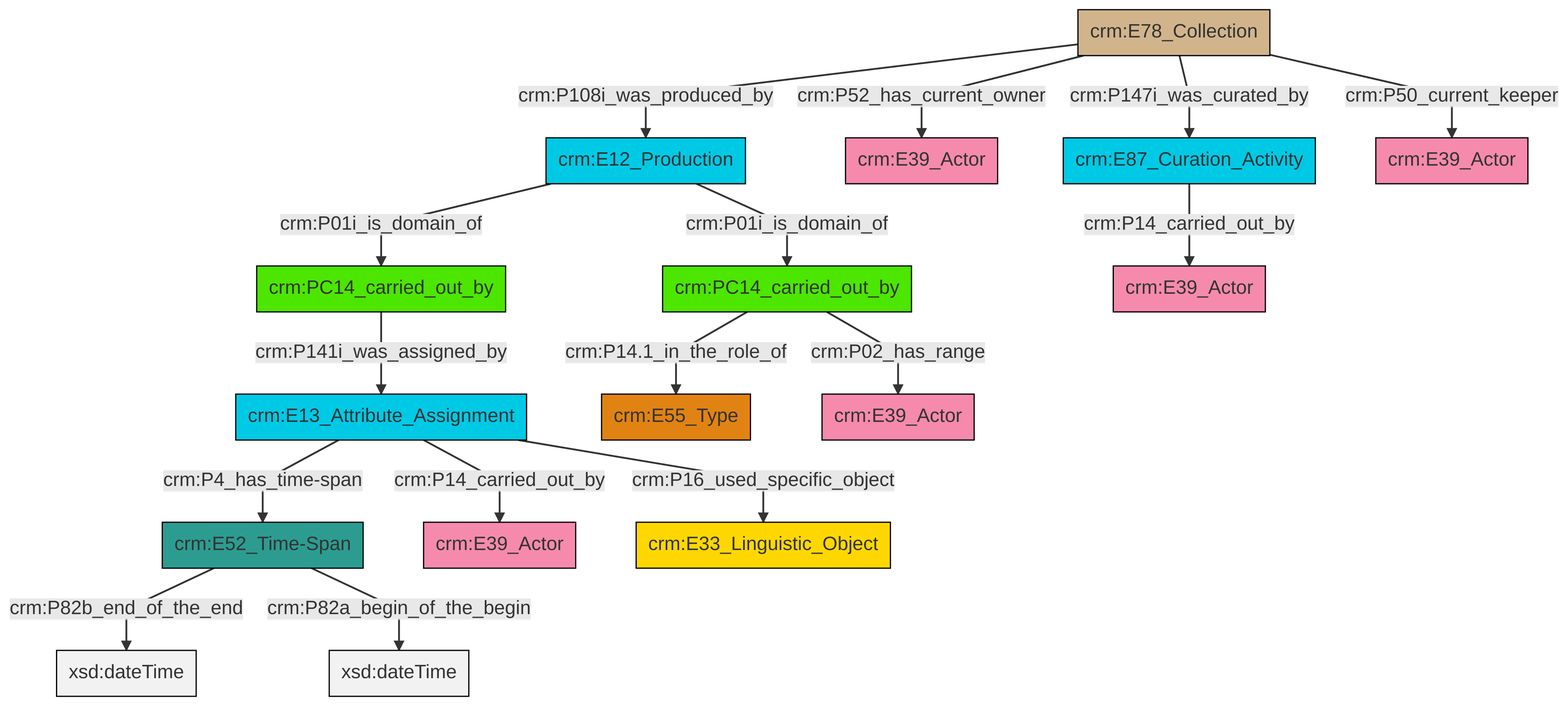
Earlier version of the Mermaid export et/archivalCSV/ttl/mmd/png/archival_relation.png (swiss-art-research-net/docs.swissartresearch). Its source is kept beside it as et/archivalCSV/ttl/mmd/archival_relation.ttl.mmd.
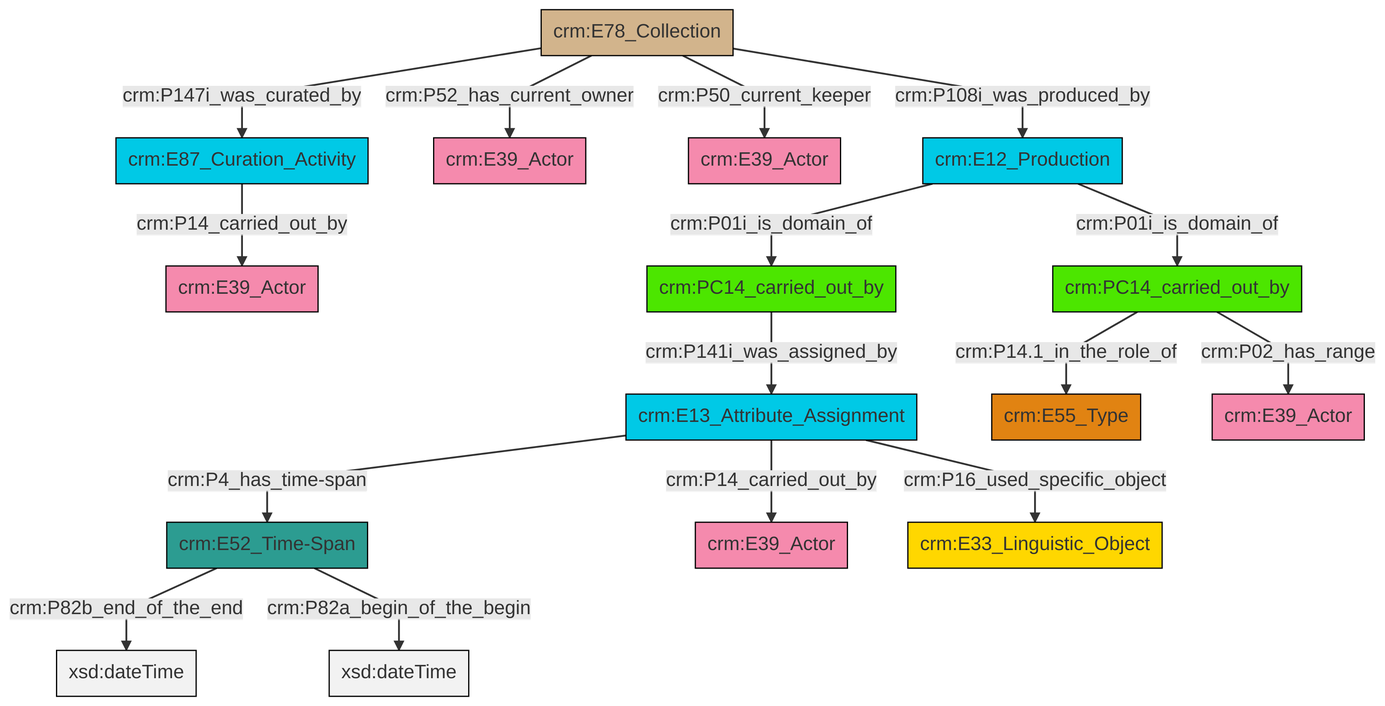
Later version of the same file.

Diff of the diagram source:
```diff
@@ -13,18 +13,18 @@
 classDef PC_Classes fill:#4ce600, stroke:#000000;
 classDef Multi fill:#cccccc,stroke:#000000;
 
-2["crm:PC14_carried_out_by"]:::PC_Classes -->|crm:P141i_was_assigned_by| 3["crm:E13_Attribute_Assignment"]:::Temporal_Entity
-4["crm:E87_Curation_Activity"]:::Temporal_Entity -->|crm:P14_carried_out_by| 5["crm:E39_Actor"]:::Actor
-6["crm:E52_Time-Span"]:::Time-Span -->|crm:P82b_end_of_the_end| 7[xsd:dateTime]:::Literal
-0["crm:PC14_carried_out_by"]:::PC_Classes -->|crm:P14.1_in_the_role_of| 10["crm:E55_Type"]:::Type
-3["crm:E13_Attribute_Assignment"]:::Temporal_Entity -->|crm:P14_carried_out_by| 11["crm:E39_Actor"]:::Actor
-16["crm:E12_Production"]:::Temporal_Entity -->|crm:P01i_is_domain_of| 0["crm:PC14_carried_out_by"]:::PC_Classes
-0["crm:PC14_carried_out_by"]:::PC_Classes -->|crm:P02_has_range| 17["crm:E39_Actor"]:::Actor
-8["crm:E78_Collection"]:::Physical_Thing -->|crm:P108i_was_produced_by| 16["crm:E12_Production"]:::Temporal_Entity
-3["crm:E13_Attribute_Assignment"]:::Temporal_Entity -->|crm:P4_has_time-span| 6["crm:E52_Time-Span"]:::Time-Span
-3["crm:E13_Attribute_Assignment"]:::Temporal_Entity -->|crm:P16_used_specific_object| 12["crm:E33_Linguistic_Object"]:::Conceptual_Object
-6["crm:E52_Time-Span"]:::Time-Span -->|crm:P82a_begin_of_the_begin| 23[xsd:dateTime]:::Literal
-8["crm:E78_Collection"]:::Physical_Thing -->|crm:P147i_was_curated_by| 4["crm:E87_Curation_Activity"]:::Temporal_Entity
-8["crm:E78_Collection"]:::Physical_Thing -->|crm:P52_has_current_owner| 14["crm:E39_Actor"]:::Actor
-16["crm:E12_Production"]:::Temporal_Entity -->|crm:P01i_is_domain_of| 2["crm:PC14_carried_out_by"]:::PC_Classes
-8["crm:E78_Collection"]:::Physical_Thing -->|crm:P50_current_keeper| 18["crm:E39_Actor"]:::Actor
+6["crm:E13_Attribute_Assignment"]:::Temporal_Entity -->|crm:P4_has_time-span| 7["crm:E52_Time-Span"]:::Time-Span
+2["crm:E78_Collection"]:::Physical_Thing -->|crm:P108i_was_produced_by| 10["crm:E12_Production"]:::Temporal_Entity
+4["crm:PC14_carried_out_by"]:::PC_Classes -->|crm:P14.1_in_the_role_of| 13["crm:E55_Type"]:::Type
+2["crm:E78_Collection"]:::Physical_Thing -->|crm:P52_has_current_owner| 14["crm:E39_Actor"]:::Actor
+2["crm:E78_Collection"]:::Physical_Thing -->|crm:P50_current_keeper| 16["crm:E39_Actor"]:::Actor
+6["crm:E13_Attribute_Assignment"]:::Temporal_Entity -->|crm:P16_used_specific_object| 21["crm:E33_Linguistic_Object"]:::Conceptual_Object
+23["crm:E87_Curation_Activity"]:::Temporal_Entity -->|crm:P14_carried_out_by| 0["crm:E39_Actor"]:::Actor
+10["crm:E12_Production"]:::Temporal_Entity -->|crm:P01i_is_domain_of| 4["crm:PC14_carried_out_by"]:::PC_Classes
+10["crm:E12_Production"]:::Temporal_Entity -->|crm:P01i_is_domain_of| 8["crm:PC14_carried_out_by"]:::PC_Classes
+8["crm:PC14_carried_out_by"]:::PC_Classes -->|crm:P141i_was_assigned_by| 6["crm:E13_Attribute_Assignment"]:::Temporal_Entity
+7["crm:E52_Time-Span"]:::Time-Span -->|crm:P82b_end_of_the_end| 26[xsd:dateTime]:::Literal
+7["crm:E52_Time-Span"]:::Time-Span -->|crm:P82a_begin_of_the_begin| 28[xsd:dateTime]:::Literal
+6["crm:E13_Attribute_Assignment"]:::Temporal_Entity -->|crm:P14_carried_out_by| 11["crm:E39_Actor"]:::Actor
+4["crm:PC14_carried_out_by"]:::PC_Classes -->|crm:P02_has_range| 19["crm:E39_Actor"]:::Actor
+2["crm:E78_Collection"]:::Physical_Thing -->|crm:P147i_was_curated_by| 23["crm:E87_Curation_Activity"]:::Temporal_Entity
```
